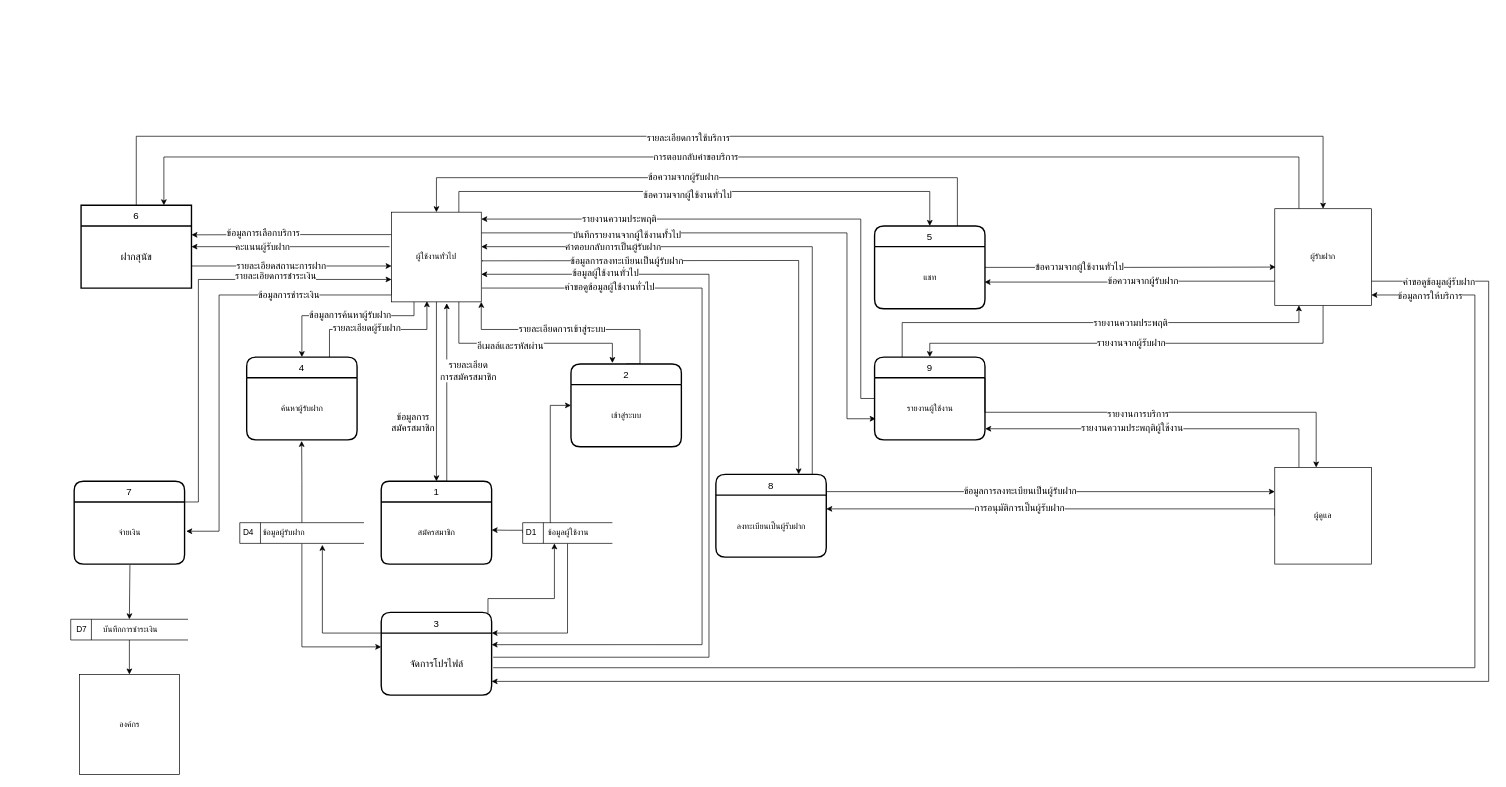
Above: page "level0" (2 of 12) of ProjectProcesses/HostDog_5DFD/dfd.drawio in Hostdogs/Project_Hostdog (draw.io), before the change. Source tidied: cells renumbered, new cells numbered last; positions are measured from the earlier drawing's top-left corner, leaving out a move shared by most shapes. Both pictures are drawn from the tidied source at 69%, with x=0, y=0 at pixel (70, 136).
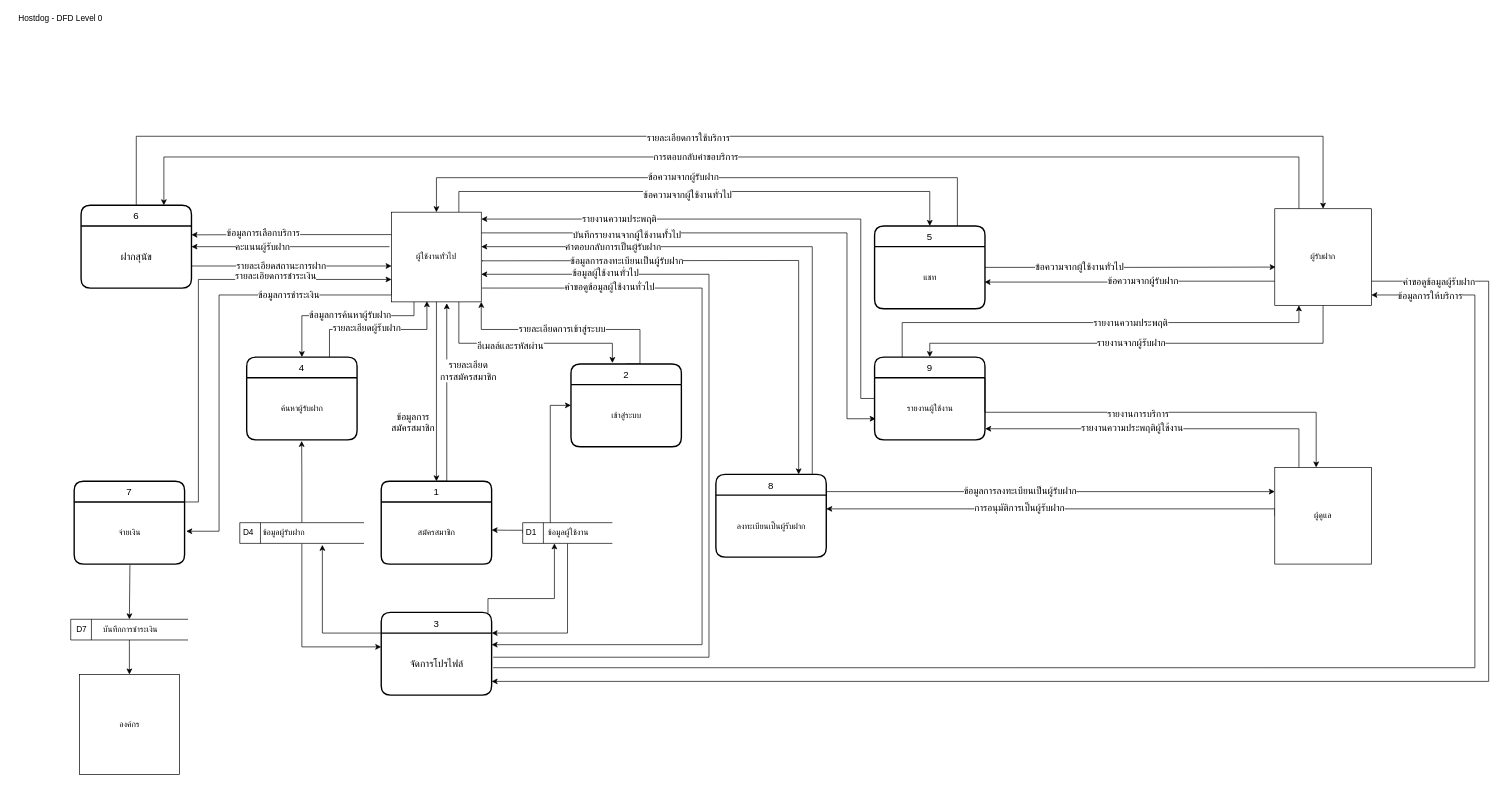
Above is the later version.

Diff of the diagram source:
```diff
@@
-    <mxCell id="53" value="6" style="swimlane;horizontal=1;startSize=30;rounded=1;fontSize=14;fontStyle=0;strokeWidth=2;shadow=0;align=center;labelPosition=center;verticalLabelPosition=middle;verticalAlign=middle;arcSize=0;perimeterSpacing=0;" parent="1" vertex="1">
+    <mxCell id="53" value="6" style="swimlane;horizontal=1;startSize=30;rounded=1;fontSize=14;fontStyle=0;strokeWidth=2;shadow=0;align=center;labelPosition=center;verticalLabelPosition=middle;verticalAlign=middle;arcSize=15;perimeterSpacing=0;" parent="1" vertex="1">
       <mxGeometry x="15" y="100" width="160" height="120" as="geometry" />
     </mxCell>
@@
+    <mxCell id="98" value="Hostdog - DFD Level 0" style="text;html=1;align=center;verticalAlign=middle;" parent="1" vertex="1">
+      <mxGeometry x="-85" y="-180" width="140" height="20" as="geometry" />
+    </mxCell>
```
